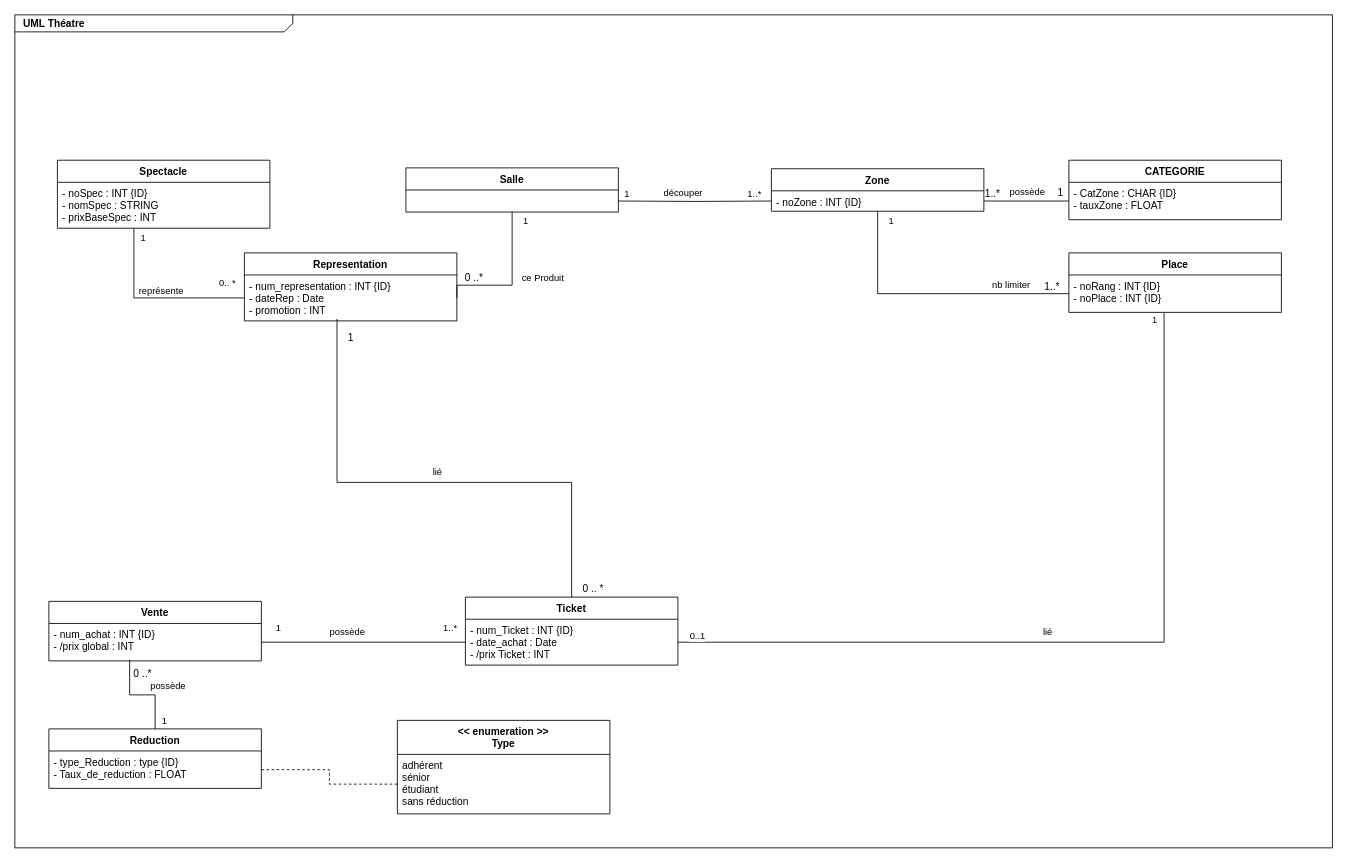
The draw.io diagram UML_diagram.drawio in NoxFly/CEBD-project-theater, before the edit. Source tidied: cells renumbered, new cells numbered last; positions are measured from the earlier drawing's top-left corner, leaving out a move shared by most shapes. Both pictures are drawn from the tidied source at 85%, with x=0, y=0 at pixel (14, 14).
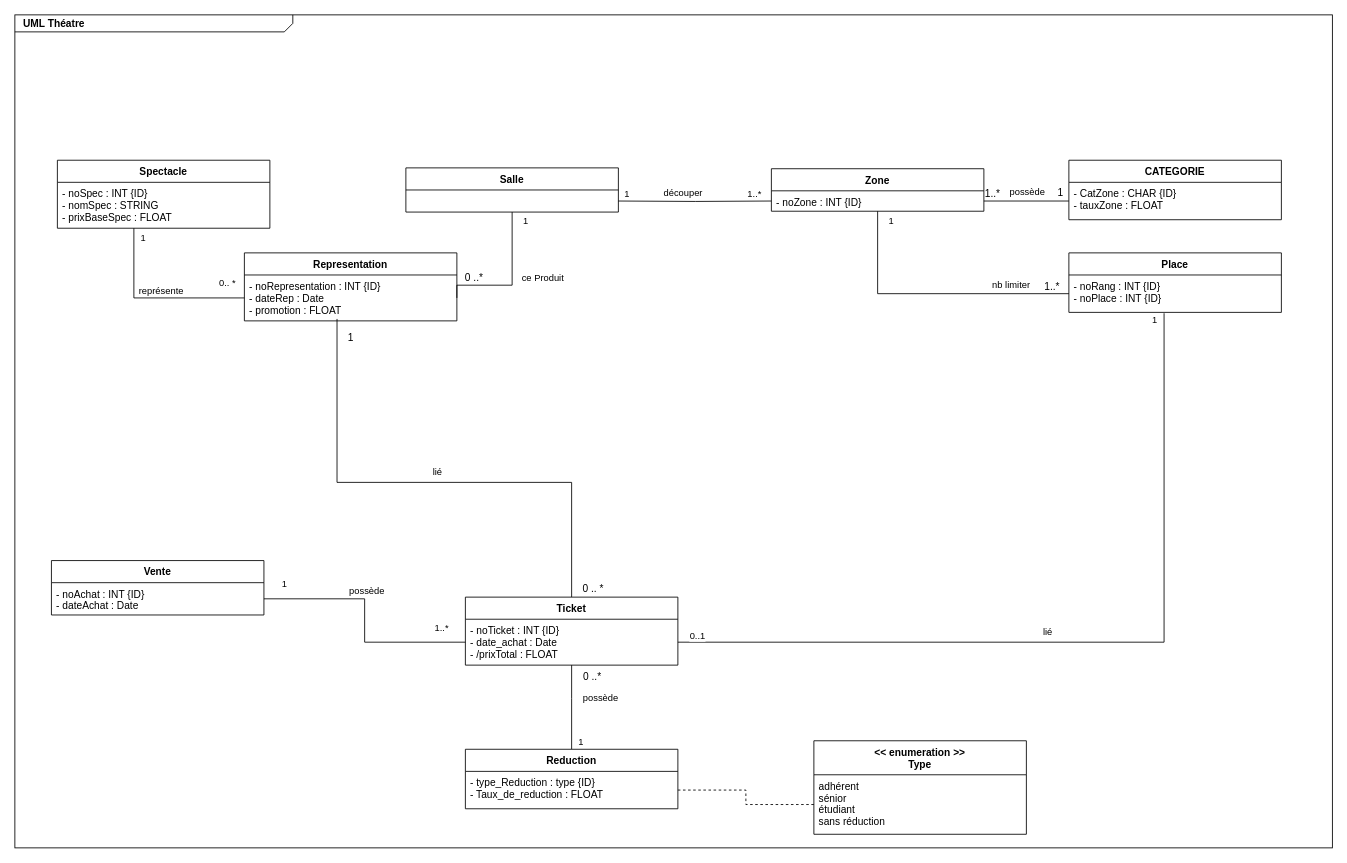
The same page after the edit.

Unchanged cells that the change refers to:
```xml
<mxCell id="6" value="Spectacle" style="swimlane;fontStyle=1;align=center;verticalAlign=top;horizontal=1;startSize=26;" parent="1" vertex="1">
  <mxGeometry x="50" y="171" width="250" height="80" as="geometry" />
</mxCell>
<mxCell id="18" value="Ticket" style="swimlane;fontStyle=1;align=center;verticalAlign=top;horizontal=1;startSize=26;" parent="1" vertex="1">
  <mxGeometry x="530" y="685" width="250" height="80" as="geometry" />
</mxCell>
<mxCell id="36" value="Representation" style="swimlane;fontStyle=1;align=center;verticalAlign=top;horizontal=1;startSize=26;" parent="1" vertex="1">
  <mxGeometry x="270" y="280" width="250" height="80" as="geometry" />
</mxCell>
```

The edit, as a diff of the source:
```diff
@@
-    <mxCell id="7" value="- noSpec : INT {ID}&#10;- nomSpec : STRING&#10;- prixBaseSpec : INT" style="text;strokeColor=none;fillColor=none;align=left;verticalAlign=top;spacingLeft=4;spacingRight=4;overflow=hidden;points=[[0,0.5],[1,0.5]];portConstraint=eastwest;" parent="6" vertex="1">
+    <mxCell id="7" value="- noSpec : INT {ID}&#10;- nomSpec : STRING&#10;- prixBaseSpec : FLOAT" style="text;strokeColor=none;fillColor=none;align=left;verticalAlign=top;spacingLeft=4;spacingRight=4;overflow=hidden;points=[[0,0.5],[1,0.5]];portConstraint=eastwest;" parent="6" vertex="1">
       <mxGeometry y="26" width="250" height="54" as="geometry" />
     </mxCell>
@@
-    <mxCell id="19" value="- num_Ticket : INT {ID}&#10;- date_achat : Date&#10;- /prix Ticket : INT" style="text;strokeColor=none;fillColor=none;align=left;verticalAlign=top;spacingLeft=4;spacingRight=4;overflow=hidden;points=[[0,0.5],[1,0.5]];portConstraint=eastwest;" parent="18" vertex="1">
+    <mxCell id="19" value="- noTicket : INT {ID}&#10;- date_achat : Date&#10;- /prixTotal : FLOAT" style="text;strokeColor=none;fillColor=none;align=left;verticalAlign=top;spacingLeft=4;spacingRight=4;overflow=hidden;points=[[0,0.5],[1,0.5]];portConstraint=eastwest;" parent="18" vertex="1">
       <mxGeometry y="26" width="250" height="54" as="geometry" />
     </mxCell>
@@
     <mxCell id="30" value="Vente" style="swimlane;fontStyle=1;align=center;verticalAlign=top;horizontal=1;startSize=26;" parent="1" vertex="1">
-      <mxGeometry x="40" y="690" width="250" height="70" as="geometry" />
+      <mxGeometry x="43" y="642" width="250" height="64" as="geometry" />
     </mxCell>
-    <mxCell id="31" value="- num_achat : INT {ID}&#10;- /prix global : INT " style="text;strokeColor=none;fillColor=none;align=left;verticalAlign=top;spacingLeft=4;spacingRight=4;overflow=hidden;points=[[0,0.5],[1,0.5]];portConstraint=eastwest;" parent="30" vertex="1">
-      <mxGeometry y="26" width="250" height="44" as="geometry" />
+    <mxCell id="31" value="- noAchat : INT {ID}&#10;- dateAchat : Date" style="text;strokeColor=none;fillColor=none;align=left;verticalAlign=top;spacingLeft=4;spacingRight=4;overflow=hidden;points=[[0,0.5],[1,0.5]];portConstraint=eastwest;" parent="30" vertex="1">
+      <mxGeometry y="26" width="250" height="38" as="geometry" />
     </mxCell>
@@
-    <mxCell id="37" value="- num_representation : INT {ID}&#10;- dateRep : Date&#10;- promotion : INT" style="text;strokeColor=none;fillColor=none;align=left;verticalAlign=top;spacingLeft=4;spacingRight=4;overflow=hidden;points=[[0,0.5],[1,0.5]];portConstraint=eastwest;" parent="36" vertex="1">
+    <mxCell id="37" value="- noRepresentation : INT {ID}&#10;- dateRep : Date&#10;- promotion : FLOAT" style="text;strokeColor=none;fillColor=none;align=left;verticalAlign=top;spacingLeft=4;spacingRight=4;overflow=hidden;points=[[0,0.5],[1,0.5]];portConstraint=eastwest;" parent="36" vertex="1">
       <mxGeometry y="26" width="250" height="54" as="geometry" />
     </mxCell>
@@
-    <mxCell id="41" value="possède" style="edgeStyle=orthogonalEdgeStyle;rounded=0;jettySize=auto;html=1;entryX=0.38;entryY=0.977;entryDx=0;entryDy=0;entryPerimeter=0;endArrow=none;endFill=0;" parent="1" edge="1" source="43" target="31">
-      <mxGeometry x="-0.28" y="-18" relative="1" as="geometry">
-        <mxPoint x="15" y="8" as="offset" />
+    <mxCell id="41" value="possède" style="edgeStyle=orthogonalEdgeStyle;rounded=0;jettySize=auto;html=1;endArrow=none;endFill=0;" parent="1" edge="1" source="43" target="19">
+      <mxGeometry x="0.21" y="-34" relative="1" as="geometry">
+        <Array as="points">
+          <mxPoint x="655" y="804" />
+          <mxPoint x="655" y="804" />
+        </Array>
       </mxGeometry>
     </mxCell>
@@
     <mxCell id="43" value="Reduction" style="swimlane;fontStyle=1;align=center;verticalAlign=top;horizontal=1;startSize=26;" parent="1" vertex="1">
-      <mxGeometry x="40" y="840" width="250" height="70" as="geometry" />
+      <mxGeometry x="530" y="864" width="250" height="70" as="geometry" />
     </mxCell>
@@
     <mxCell id="45" value="&lt;&lt; enumeration &gt;&gt;&#10;Type" style="swimlane;fontStyle=1;align=center;verticalAlign=top;horizontal=1;startSize=40;" parent="1" vertex="1">
-      <mxGeometry x="450" y="830" width="250" height="110" as="geometry" />
+      <mxGeometry x="940" y="854" width="250" height="110" as="geometry" />
     </mxCell>
@@
     <mxCell id="48" value="0 ..*" style="text;html=1;align=center;verticalAlign=middle;strokeColor=none;fillColor=none;" parent="1" vertex="1">
-      <mxGeometry x="130" y="765" width="40" height="20" as="geometry" />
+      <mxGeometry x="659" y="769" width="40" height="20" as="geometry" />
     </mxCell>
```
